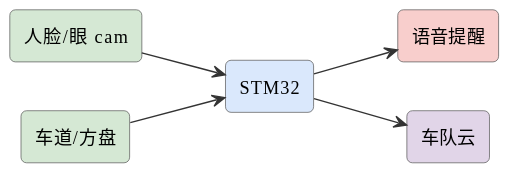
This is assets/diagrams/ideas-fig110.svg from mingyi0818/IntelligentMcuCourse, a PlantUML export, as it was before one commit.
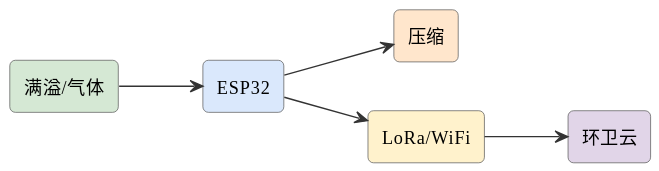
Above is the later version.

Change to the diagram source:
```diff
@@ -6,13 +6,13 @@
 skinparam arrowFontSize 11
 skinparam arrowColor #333
 left to right direction
-rectangle "人脸/眼 cam" as cam #d5e8d4
-rectangle "车道/方盘" as lane #d5e8d4
-rectangle "STM32" as stm #dae8fc
-rectangle "语音提醒" as spk #f8cecc
-rectangle "车队云" as cloud #e1d5e8
-cam --> stm
-lane --> stm
-stm --> spk
-stm --> cloud
+rectangle "满溢/气体" as fill #d5e8d4
+rectangle "ESP32" as esp #dae8fc
+rectangle "压缩" as comp #ffe6cc
+rectangle "LoRa/WiFi" as lora #fff2cc
+rectangle "环卫云" as cloud #e1d5e8
+fill --> esp
+esp --> comp
+esp --> lora
+lora --> cloud
 @enduml
```
